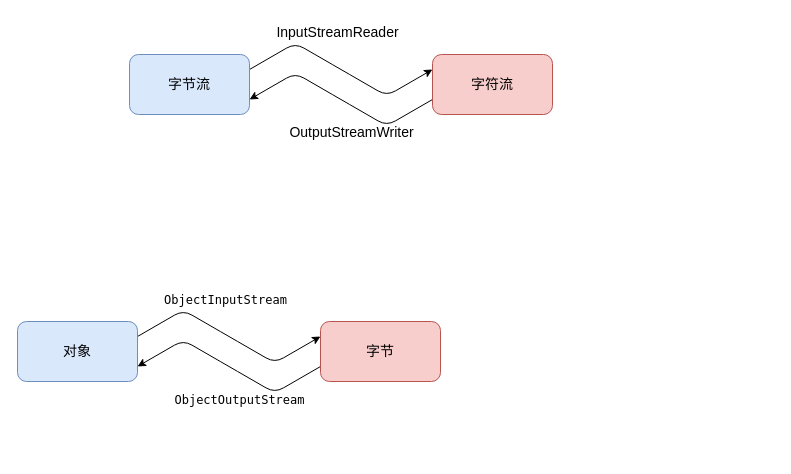
Above: page "IO" (9 of 10) of Untitled Diagram.drawio in itwanger/drwa.io (draw.io), before the change. Source tidied: cells renumbered, new cells numbered last; positions are measured from the earlier drawing's top-left corner, leaving out a move shared by most shapes. Both pictures are drawn from the tidied source at 100%, with x=0, y=0 at pixel (17, 17).
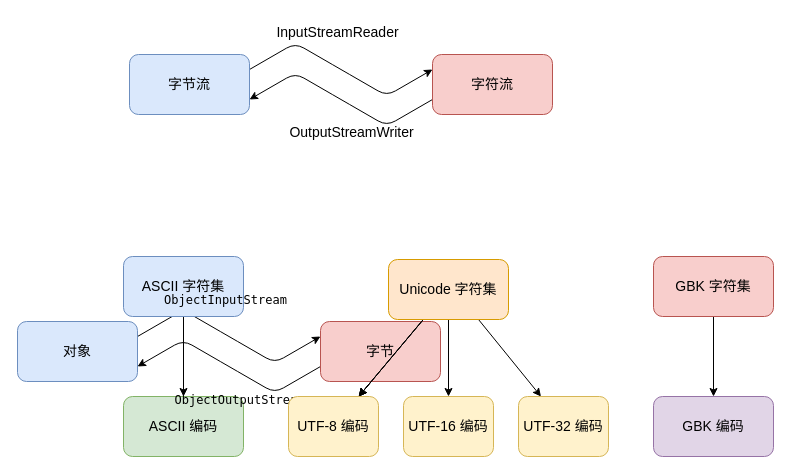
The same diagram, later.

The edit, as a diff of the source:
```diff
@@
+    <mxCell id="14" style="jettySize=auto;html=1;fontSize=14;" parent="1" edge="1" source="15" target="16">
+      <mxGeometry relative="1" as="geometry" />
+    </mxCell>
@@
+    <mxCell id="15" value="ASCII 字符集" style="rounded=1;whiteSpace=wrap;html=1;fontSize=14;fillColor=#dae8fc;strokeColor=#6c8ebf;" parent="1" vertex="1">
+      <mxGeometry x="106" y="239" width="120" height="60" as="geometry" />
+    </mxCell>
@@
+    <mxCell id="16" value="ASCII 编码" style="rounded=1;whiteSpace=wrap;html=1;fontSize=14;fillColor=#d5e8d4;strokeColor=#82b366;" parent="1" vertex="1">
+      <mxGeometry x="106" y="379" width="120" height="60" as="geometry" />
+    </mxCell>
@@
+    <mxCell id="17" style="edgeStyle=none;jettySize=auto;html=1;fontSize=14;" parent="1" edge="1" source="23" target="24">
+      <mxGeometry relative="1" as="geometry" />
+    </mxCell>
@@
+    <mxCell id="18" style="edgeStyle=none;jettySize=auto;html=1;fontSize=14;" parent="1" edge="1" source="23" target="24">
+      <mxGeometry relative="1" as="geometry" />
+    </mxCell>
@@
+    <mxCell id="19" style="edgeStyle=none;jettySize=auto;html=1;fontSize=14;" parent="1" edge="1" source="23" target="24">
+      <mxGeometry relative="1" as="geometry" />
+    </mxCell>
@@
+    <mxCell id="20" style="edgeStyle=none;jettySize=auto;html=1;fontSize=14;" parent="1" edge="1" source="23" target="24">
+      <mxGeometry relative="1" as="geometry" />
+    </mxCell>
+    <mxCell id="21" style="edgeStyle=none;jettySize=auto;html=1;fontSize=14;" parent="1" edge="1" source="23" target="25">
+      <mxGeometry relative="1" as="geometry" />
+    </mxCell>
+    <mxCell id="22" style="edgeStyle=none;jettySize=auto;html=1;exitX=0.75;exitY=1;exitDx=0;exitDy=0;fontSize=14;entryX=0.25;entryY=0;entryDx=0;entryDy=0;" parent="1" edge="1" source="23" target="26">
+      <mxGeometry relative="1" as="geometry" />
+    </mxCell>
+    <mxCell id="23" value="Unicode 字符集" style="rounded=1;whiteSpace=wrap;html=1;fontSize=14;fillColor=#ffe6cc;strokeColor=#d79b00;" parent="1" vertex="1">
+      <mxGeometry x="371" y="242" width="120" height="60" as="geometry" />
+    </mxCell>
+    <mxCell id="24" value="UTF-8 编码" style="rounded=1;whiteSpace=wrap;html=1;fontSize=14;fillColor=#fff2cc;strokeColor=#d6b656;" parent="1" vertex="1">
+      <mxGeometry x="271" y="379" width="90" height="60" as="geometry" />
+    </mxCell>
+    <mxCell id="25" value="UTF-16 编码" style="rounded=1;whiteSpace=wrap;html=1;fontSize=14;fillColor=#fff2cc;strokeColor=#d6b656;" parent="1" vertex="1">
+      <mxGeometry x="386" y="379" width="90" height="60" as="geometry" />
+    </mxCell>
+    <mxCell id="26" value="UTF-32 编码" style="rounded=1;whiteSpace=wrap;html=1;fontSize=14;fillColor=#fff2cc;strokeColor=#d6b656;" parent="1" vertex="1">
+      <mxGeometry x="501" y="379" width="90" height="60" as="geometry" />
+    </mxCell>
+    <mxCell id="27" style="edgeStyle=none;jettySize=auto;html=1;entryX=0.5;entryY=0;entryDx=0;entryDy=0;fontSize=14;" parent="1" edge="1" source="28" target="29">
+      <mxGeometry relative="1" as="geometry" />
+    </mxCell>
+    <mxCell id="28" value="GBK 字符集" style="rounded=1;whiteSpace=wrap;html=1;fontSize=14;fillColor=#f8cecc;strokeColor=#b85450;" parent="1" vertex="1">
+      <mxGeometry x="636" y="239" width="120" height="60" as="geometry" />
+    </mxCell>
+    <mxCell id="29" value="GBK 编码" style="whiteSpace=wrap;html=1;fontSize=14;rounded=1;fillColor=#e1d5e7;strokeColor=#9673a6;" parent="1" vertex="1">
+      <mxGeometry x="636" y="379" width="120" height="60" as="geometry" />
+    </mxCell>
```
